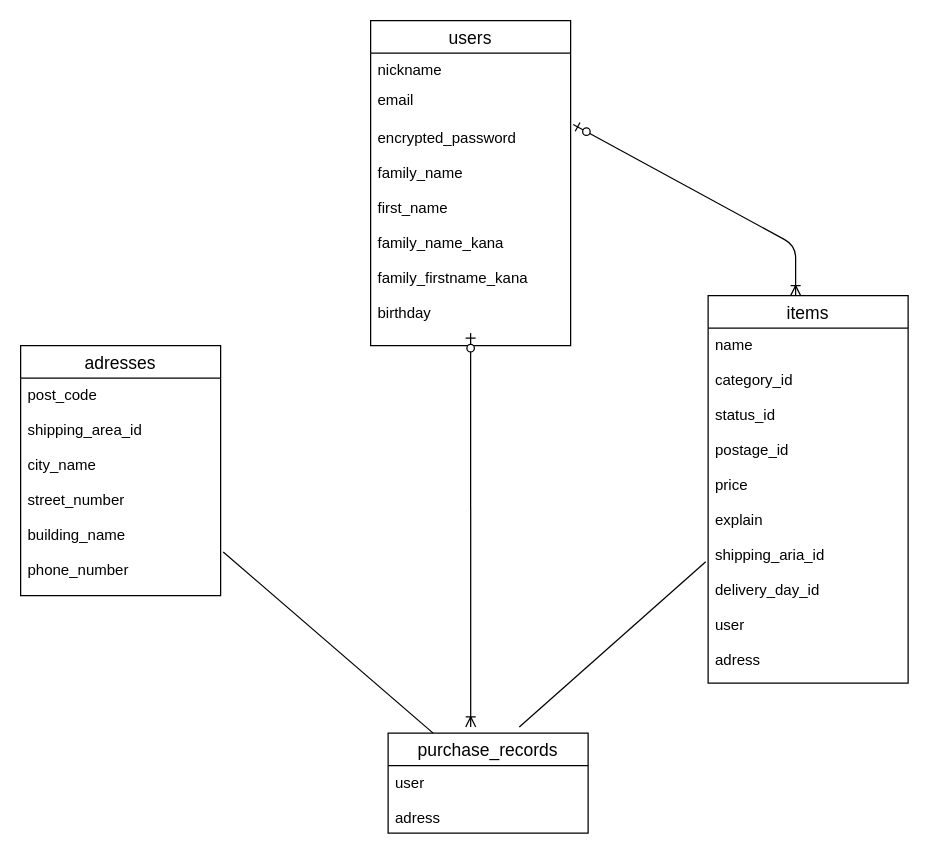
Before: test.dio in riku79264/furima-38036, a draw.io diagram. Source tidied: cells renumbered, new cells numbered last; positions are measured from the earlier drawing's top-left corner, leaving out a move shared by most shapes. Both pictures are drawn from the tidied source at 125%, with x=0, y=0 at pixel (20, 20).
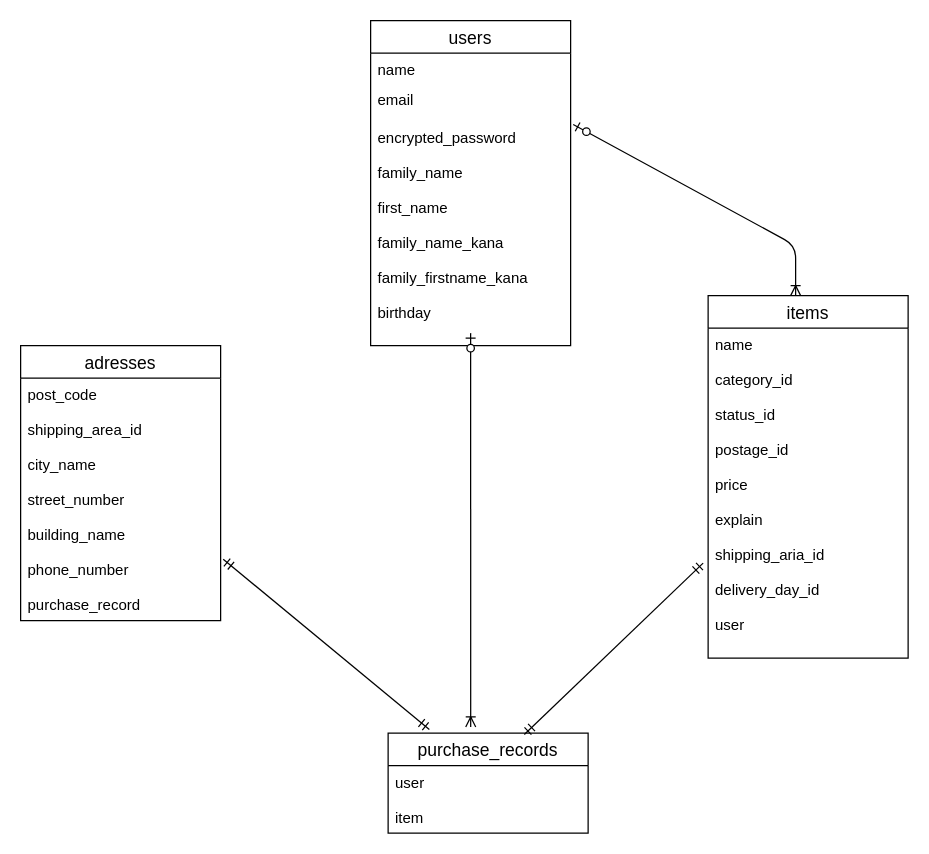
After the change.

Commit message (it also covers changes not shown here):
データベース設計４

Diff of the diagram source:
```diff
@@
 <mxGraphModel>
   <root>
     <mxCell id="0" />
     <mxCell id="1" parent="0" />
     <mxCell id="2" value="purchase_records" style="swimlane;fontStyle=0;horizontal=1;startSize=26;align=center;fontSize=14;" parent="1" vertex="1">
       <mxGeometry x="294" y="570" width="160" height="80" as="geometry" />
     </mxCell>
-    <mxCell id="3" value="user&#10;&#10;adress" style="text;strokeColor=none;fillColor=none;spacingLeft=4;spacingRight=4;overflow=hidden;fontSize=12;" parent="2" vertex="1">
+    <mxCell id="3" value="user&#10;&#10;item" style="text;strokeColor=none;fillColor=none;spacingLeft=4;spacingRight=4;overflow=hidden;fontSize=12;" parent="2" vertex="1">
       <mxGeometry y="26" width="160" height="54" as="geometry" />
     </mxCell>
     <mxCell id="4" value="items" style="swimlane;fontStyle=0;horizontal=1;startSize=26;align=center;fontSize=14;" parent="1" vertex="1">
-      <mxGeometry x="550" y="220" width="160" height="310" as="geometry" />
+      <mxGeometry x="550" y="220" width="160" height="290" as="geometry" />
     </mxCell>
-    <mxCell id="5" value="name&#10;&#10;category_id&#10;&#10;status_id&#10;&#10;postage_id&#10;&#10;price&#10;&#10;explain&#10;&#10;shipping_aria_id&#10;&#10;delivery_day_id&#10;&#10;user&#10;&#10;adress" style="text;strokeColor=none;fillColor=none;spacingLeft=4;spacingRight=4;overflow=hidden;points=[[0,0.5],[1,0.5]];portConstraint=eastwest;fontSize=12;" parent="4" vertex="1">
-      <mxGeometry y="26" width="160" height="284" as="geometry" />
+    <mxCell id="5" value="name&#10;&#10;category_id&#10;&#10;status_id&#10;&#10;postage_id&#10;&#10;price&#10;&#10;explain&#10;&#10;shipping_aria_id&#10;&#10;delivery_day_id&#10;&#10;user&#10;&#10;" style="text;strokeColor=none;fillColor=none;spacingLeft=4;spacingRight=4;overflow=hidden;points=[[0,0.5],[1,0.5]];portConstraint=eastwest;fontSize=12;" parent="4" vertex="1">
+      <mxGeometry y="26" width="160" height="264" as="geometry" />
     </mxCell>
     <mxCell id="6" value="users" style="swimlane;fontStyle=0;horizontal=1;startSize=26;align=center;fontSize=14;" parent="1" vertex="1">
       <mxGeometry x="280" width="160" height="260" as="geometry" />
     </mxCell>
-    <mxCell id="7" value="nickname&#10;" style="text;strokeColor=none;fillColor=none;spacingLeft=4;spacingRight=4;overflow=hidden;fontSize=12;" parent="6" vertex="1">
+    <mxCell id="7" value="name" style="text;strokeColor=none;fillColor=none;spacingLeft=4;spacingRight=4;overflow=hidden;fontSize=12;" parent="6" vertex="1">
       <mxGeometry y="26" width="160" height="24" as="geometry" />
     </mxCell>
     <mxCell id="8" value="email&#10;&#10;d" style="text;strokeColor=none;fillColor=none;spacingLeft=4;spacingRight=4;overflow=hidden;fontSize=12;strokeWidth=1;" parent="6" vertex="1">
       <mxGeometry y="50" width="160" height="30" as="geometry" />
     </mxCell>
     <mxCell id="9" value="encrypted_password&#10;&#10;family_name&#10;&#10;first_name&#10;&#10;family_name_kana&#10;&#10;family_firstname_kana&#10;&#10;birthday&#10;&#10;&#10;" style="text;strokeColor=none;fillColor=none;spacingLeft=4;spacingRight=4;overflow=hidden;points=[[0,0.5],[1,0.5]];portConstraint=eastwest;fontSize=12;" parent="6" vertex="1">
       <mxGeometry y="80" width="160" height="180" as="geometry" />
     </mxCell>
     <mxCell id="10" value="adresses" style="swimlane;fontStyle=0;horizontal=1;startSize=26;align=center;fontSize=14;" parent="1" vertex="1">
-      <mxGeometry y="260" width="160" height="200" as="geometry" />
+      <mxGeometry y="260" width="160" height="220" as="geometry" />
     </mxCell>
-    <mxCell id="11" value="post_code&#10;&#10; shipping_area_id&#10;&#10;city_name&#10;&#10;street_number&#10;&#10;building_name&#10;&#10;phone_number" style="text;strokeColor=none;fillColor=none;spacingLeft=4;spacingRight=4;overflow=hidden;points=[[0,0.5],[1,0.5]];portConstraint=eastwest;fontSize=12;" parent="10" vertex="1">
-      <mxGeometry y="26" width="160" height="174" as="geometry" />
+    <mxCell id="11" value="post_code&#10;&#10; shipping_area_id&#10;&#10;city_name&#10;&#10;street_number&#10;&#10;building_name&#10;&#10;phone_number&#10;&#10;purchase_record" style="text;strokeColor=none;fillColor=none;spacingLeft=4;spacingRight=4;overflow=hidden;points=[[0,0.5],[1,0.5]];portConstraint=eastwest;fontSize=12;" parent="10" vertex="1">
+      <mxGeometry y="26" width="160" height="194" as="geometry" />
     </mxCell>
     <mxCell id="12" style="fontSize=12;html=1;endArrow=ERoneToMany;startArrow=ERzeroToOne;labelBackgroundColor=default;fontFamily=Helvetica;fontColor=default;strokeColor=default;exitX=1.013;exitY=0.017;exitDx=0;exitDy=0;exitPerimeter=0;" parent="1" edge="1" source="9">
       <mxGeometry relative="1" as="geometry">
         <mxPoint x="620" y="220" as="targetPoint" />
         <Array as="points">
           <mxPoint x="620" y="180" />
         </Array>
       </mxGeometry>
     </mxCell>
     <mxCell id="13" style="fontSize=12;html=1;endArrow=ERoneToMany;startArrow=ERzeroToOne;labelBackgroundColor=default;fontFamily=Helvetica;fontColor=default;strokeColor=default;shape=connector;entryX=0.413;entryY=-0.062;entryDx=0;entryDy=0;entryPerimeter=0;" parent="1" edge="1" target="2">
       <mxGeometry relative="1" as="geometry">
         <mxPoint x="360" y="250" as="sourcePoint" />
       </mxGeometry>
     </mxCell>
+    <mxCell id="16" style="fontSize=12;html=1;endArrow=ERmandOne;startArrow=ERmandOne;entryX=0.206;entryY=-0.037;entryDx=0;entryDy=0;entryPerimeter=0;exitX=1.013;exitY=0.747;exitDx=0;exitDy=0;exitPerimeter=0;" parent="1" edge="1" source="11" target="2">
+      <mxGeometry relative="1" as="geometry" />
+    </mxCell>
-    <mxCell id="14" style="endArrow=none;html=1;rounded=0;entryX=-0.012;entryY=0.658;entryDx=0;entryDy=0;entryPerimeter=0;exitX=0.656;exitY=-0.062;exitDx=0;exitDy=0;exitPerimeter=0;" parent="1" edge="1" source="2" target="5">
+    <mxCell id="14" style="fontSize=12;html=1;endArrow=ERmandOne;startArrow=ERmandOne;exitX=0.681;exitY=0.013;exitDx=0;exitDy=0;exitPerimeter=0;entryX=-0.025;entryY=0.712;entryDx=0;entryDy=0;entryPerimeter=0;" parent="1" edge="1" source="2" target="5">
       <mxGeometry relative="1" as="geometry" />
     </mxCell>
-    <mxCell id="15" style="endArrow=none;html=1;rounded=0;exitX=1.013;exitY=0.799;exitDx=0;exitDy=0;exitPerimeter=0;" parent="1" edge="1" source="11">
-      <mxGeometry relative="1" as="geometry">
-        <mxPoint x="330" y="570" as="targetPoint" />
-      </mxGeometry>
-    </mxCell>
   </root>
 </mxGraphModel>
```
